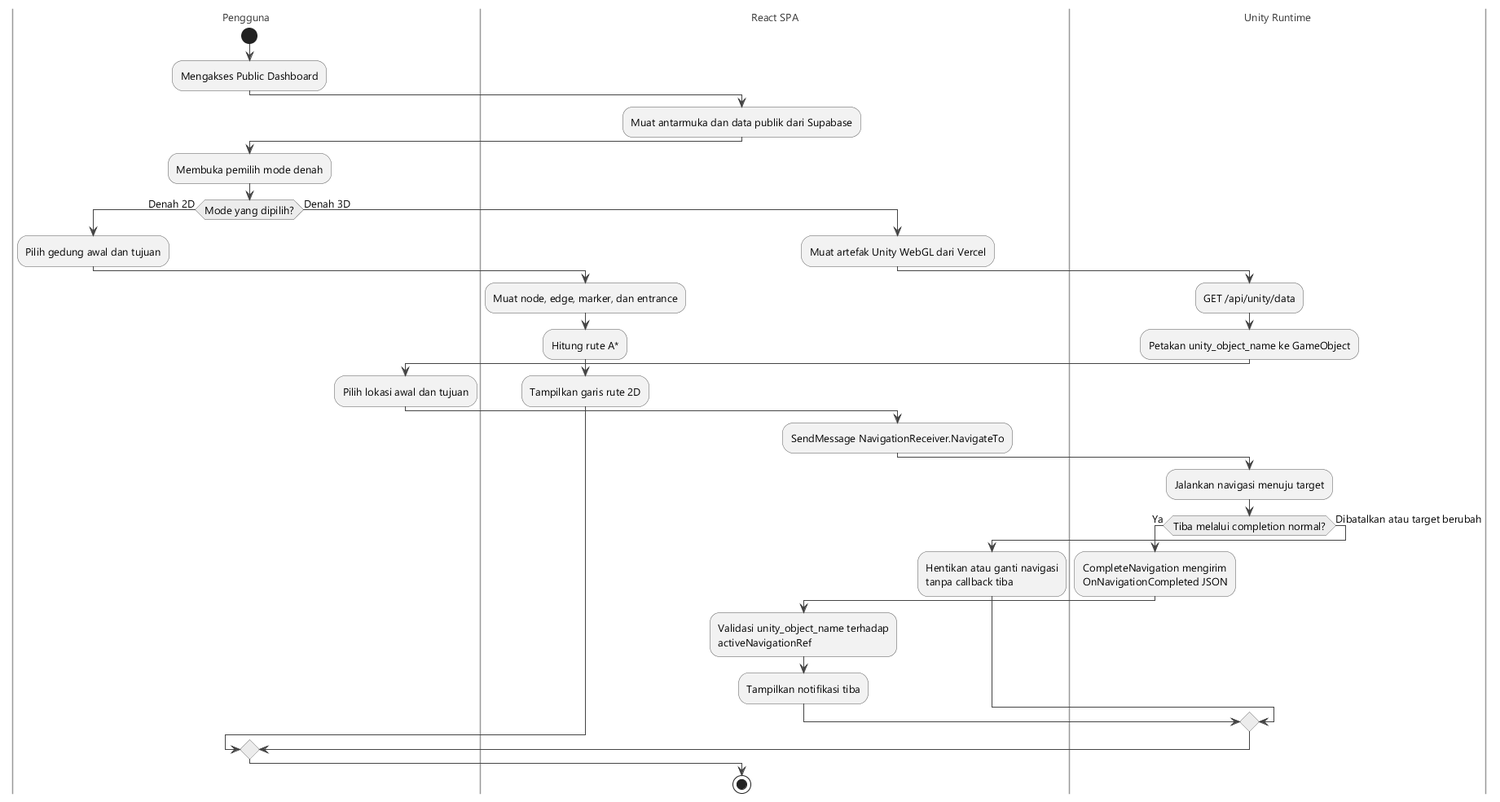
Above: diagrams/gambar-2-14-activity-integrasi-data-denah.png in Jokskuyy/workflow-ta-proyek (PlantUML), before the change.
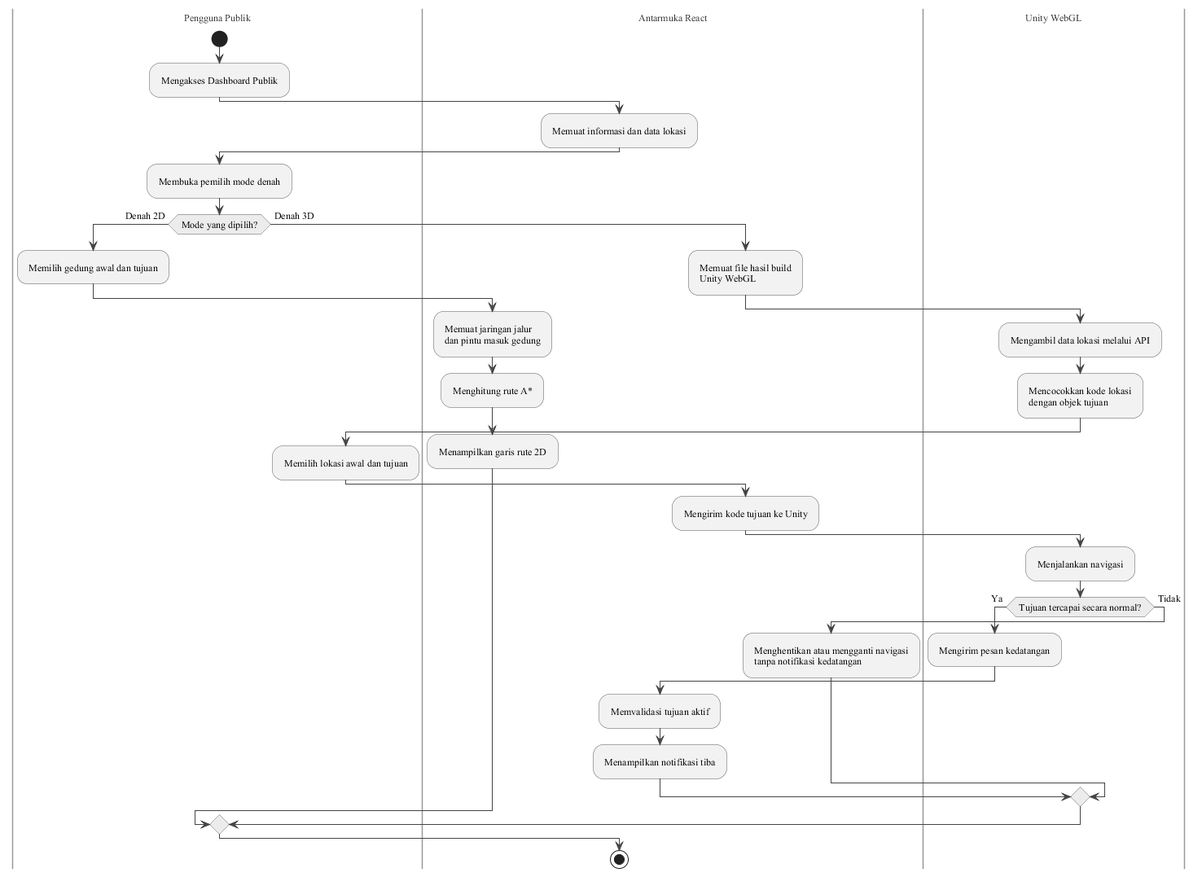
The same diagram one commit later.

Diff of the diagram source:
```diff
@@ -2,9 +2,13 @@
 
 skinparam backgroundColor #FFFFFF
 skinparam shadowing false
-skinparam defaultFontName "Segoe UI"
-skinparam defaultFontSize 13
+skinparam defaultFontName "Times New Roman"
+skinparam defaultFontSize 12
 skinparam ArrowColor #444444
+skinparam linetype ortho
+skinparam nodesep 12
+skinparam ranksep 18
+skinparam Padding 4
 skinparam ActivityBorderColor #555555
 skinparam ActivityBackgroundColor #F2F2F2
 skinparam ActivityDiamondBackgroundColor #ECECEC
@@ -12,41 +16,40 @@
 skinparam SwimlaneTitleFontColor #333333
 skinparam SwimlaneBorderColor #999999
 
+|Pengguna Publik|
+start
+:Mengakses Dashboard Publik;
 
-|Pengguna|
-start
-:Mengakses Public Dashboard;
+|Antarmuka React|
+:Memuat informasi dan data lokasi;
 
-|React SPA|
-:Muat antarmuka dan data publik dari Supabase;
-
-|Pengguna|
+|Pengguna Publik|
 :Membuka pemilih mode denah;
 if (Mode yang dipilih?) then (Denah 2D)
-  :Pilih gedung awal dan tujuan;
-  |React SPA|
-  :Muat node, edge, marker, dan entrance;
-  :Hitung rute A*;
-  :Tampilkan garis rute 2D;
+  :Memilih gedung awal dan tujuan;
+  |Antarmuka React|
+  :Memuat jaringan jalur\ndan pintu masuk gedung;
+  :Menghitung rute A*;
+  :Menampilkan garis rute 2D;
 else (Denah 3D)
-  |React SPA|
-  :Muat artefak Unity WebGL dari Vercel;
-  |Unity Runtime|
-  :GET /api/unity/data;
-  :Petakan unity_object_name ke GameObject;
-  |Pengguna|
-  :Pilih lokasi awal dan tujuan;
-  |React SPA|
-  :SendMessage NavigationReceiver.NavigateTo;
-  |Unity Runtime|
-  :Jalankan navigasi menuju target;
-  if (Tiba melalui completion normal?) then (Ya)
-    :CompleteNavigation mengirim\nOnNavigationCompleted JSON;
-    |React SPA|
-    :Validasi unity_object_name terhadap\nactiveNavigationRef;
-    :Tampilkan notifikasi tiba;
-  else (Dibatalkan atau target berubah)
-    :Hentikan atau ganti navigasi\ntanpa callback tiba;
+  |Antarmuka React|
+  :Memuat file hasil build\nUnity WebGL;
+  |Unity WebGL|
+  :Mengambil data lokasi melalui API;
+  :Mencocokkan kode lokasi\ndengan objek tujuan;
+  |Pengguna Publik|
+  :Memilih lokasi awal dan tujuan;
+  |Antarmuka React|
+  :Mengirim kode tujuan ke Unity;
+  |Unity WebGL|
+  :Menjalankan navigasi;
+  if (Tujuan tercapai secara normal?) then (Ya)
+    :Mengirim pesan kedatangan;
+    |Antarmuka React|
+    :Memvalidasi tujuan aktif;
+    :Menampilkan notifikasi tiba;
+  else (Tidak)
+    :Menghentikan atau mengganti navigasi\ntanpa notifikasi kedatangan;
   endif
 endif
 
```
